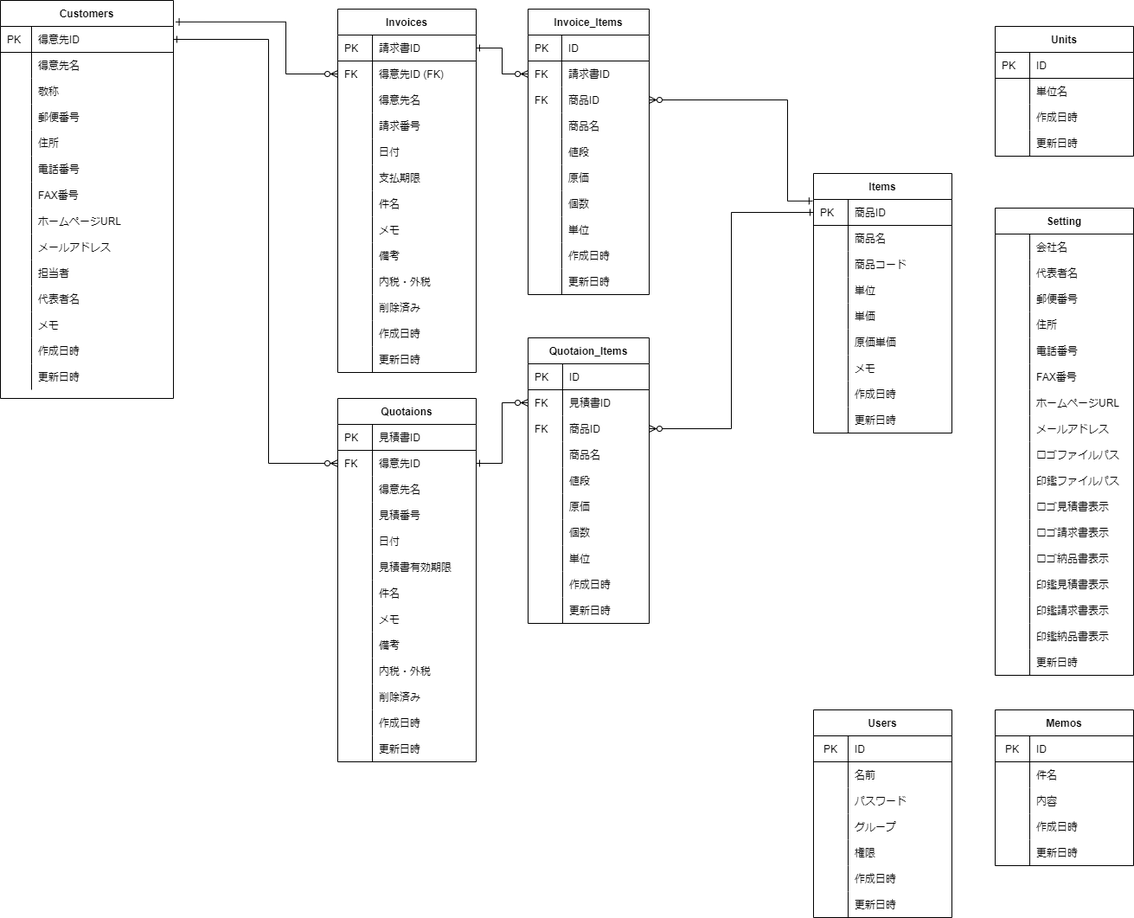
Before: soho_er.png, a diagram exported from draw.io (gamasenninn/caddie-clone). Source tidied: cells renumbered, new cells last; positions are measured from the earlier drawing's top-left corner, leaving out a move shared by most shapes.
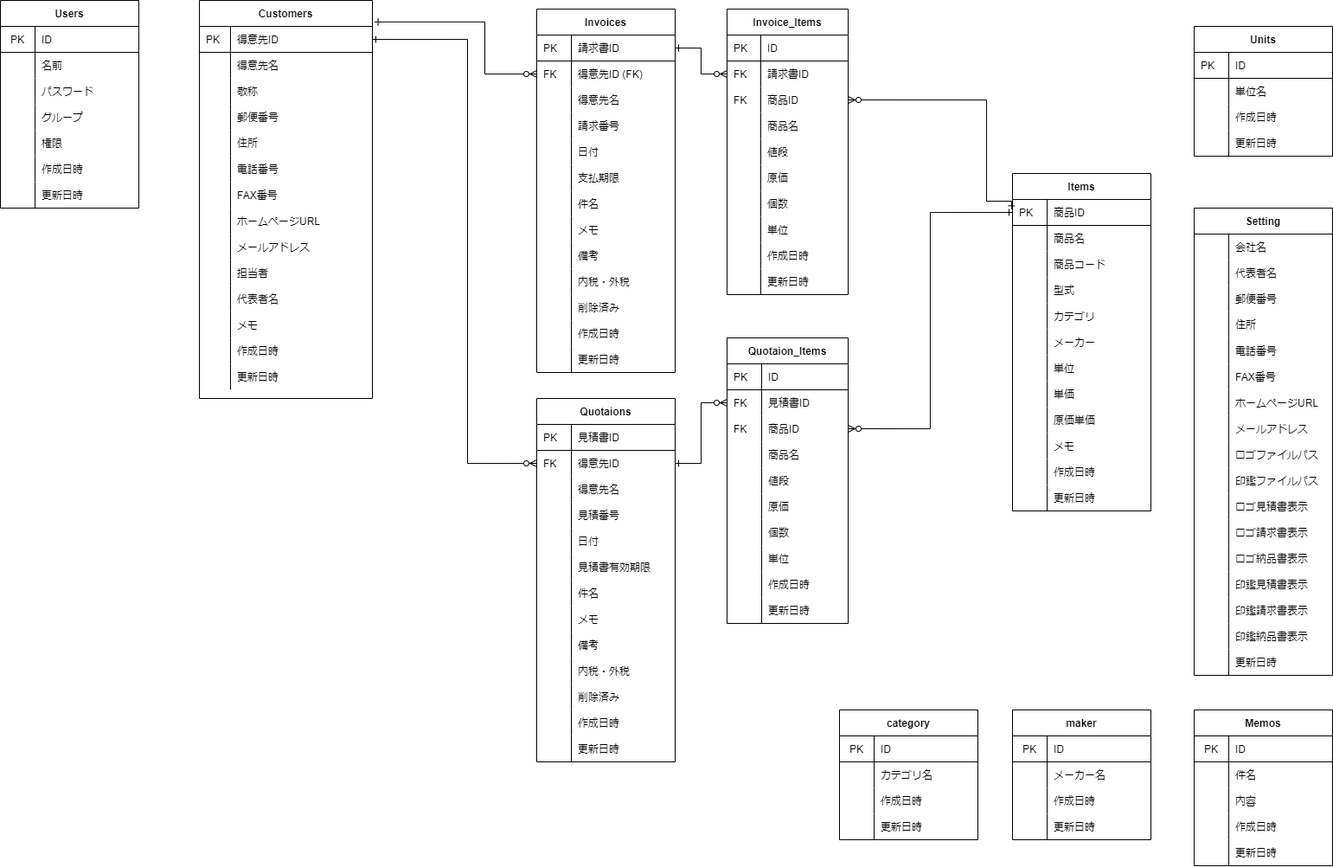
The same file after the commit.

Commit message:
商品テーブルにカラム追加。カテゴリ・メーカーテーブルの作成。

Change to the diagram source:
```diff
@@ -132,7 +132,7 @@
       <mxGeometry x="36" width="164" height="30" as="geometry" />
     </mxCell>
     <mxCell id="45" value="Items" style="shape=table;startSize=30;rowLines=0;fontStyle=1;align=center;" parent="1" vertex="1">
-      <mxGeometry x="940" y="200" width="160" height="300" as="geometry" />
+      <mxGeometry x="940" y="200" width="160" height="390" as="geometry" />
     </mxCell>
     <mxCell id="46" style="shape=partialRectangle;html=1;whiteSpace=wrap;fillColor=none;top=0;left=0;bottom=1;right=0;points=[[0,0.5],[1,0.5]];portConstraint=eastwest;" parent="45" vertex="1">
       <mxGeometry y="30" width="160" height="30" as="geometry" />
@@ -161,8 +161,35 @@
     <mxCell id="54" value="商品コード" style="shape=partialRectangle;html=1;whiteSpace=wrap;fillColor=none;top=0;left=0;bottom=0;right=0;align=left;spacingLeft=6;overflow=hidden;" parent="52" vertex="1">
       <mxGeometry x="40" width="120" height="30" as="geometry" />
     </mxCell>
+    <mxCell id="324" style="shape=partialRectangle;html=1;whiteSpace=wrap;fillColor=none;top=0;left=0;bottom=0;right=0;" parent="45" vertex="1">
+      <mxGeometry y="120" width="160" height="30" as="geometry" />
+    </mxCell>
+    <mxCell id="325" style="shape=partialRectangle;html=1;whiteSpace=wrap;fillColor=none;top=0;left=0;bottom=0;right=0;align=left;spacingLeft=6;overflow=hidden;" parent="324" vertex="1">
+      <mxGeometry width="40" height="30" as="geometry" />
+    </mxCell>
+    <mxCell id="326" value="型式" style="shape=partialRectangle;html=1;whiteSpace=wrap;fillColor=none;top=0;left=0;bottom=0;right=0;align=left;spacingLeft=6;overflow=hidden;" parent="324" vertex="1">
+      <mxGeometry x="40" width="120" height="30" as="geometry" />
+    </mxCell>
+    <mxCell id="327" style="shape=partialRectangle;html=1;whiteSpace=wrap;fillColor=none;top=0;left=0;bottom=0;right=0;" parent="45" vertex="1">
+      <mxGeometry y="150" width="160" height="30" as="geometry" />
+    </mxCell>
+    <mxCell id="328" style="shape=partialRectangle;html=1;whiteSpace=wrap;fillColor=none;top=0;left=0;bottom=0;right=0;align=left;spacingLeft=6;overflow=hidden;" parent="327" vertex="1">
+      <mxGeometry width="40" height="30" as="geometry" />
+    </mxCell>
+    <mxCell id="329" value="カテゴリ" style="shape=partialRectangle;html=1;whiteSpace=wrap;fillColor=none;top=0;left=0;bottom=0;right=0;align=left;spacingLeft=6;overflow=hidden;" parent="327" vertex="1">
+      <mxGeometry x="40" width="120" height="30" as="geometry" />
+    </mxCell>
+    <mxCell id="330" style="shape=partialRectangle;html=1;whiteSpace=wrap;fillColor=none;top=0;left=0;bottom=0;right=0;" parent="45" vertex="1">
+      <mxGeometry y="180" width="160" height="30" as="geometry" />
+    </mxCell>
+    <mxCell id="331" style="shape=partialRectangle;html=1;whiteSpace=wrap;fillColor=none;top=0;left=0;bottom=0;right=0;align=left;spacingLeft=6;overflow=hidden;" parent="330" vertex="1">
+      <mxGeometry width="40" height="30" as="geometry" />
+    </mxCell>
+    <mxCell id="332" value="メーカー" style="shape=partialRectangle;html=1;whiteSpace=wrap;fillColor=none;top=0;left=0;bottom=0;right=0;align=left;spacingLeft=6;overflow=hidden;" parent="330" vertex="1">
+      <mxGeometry x="40" width="120" height="30" as="geometry" />
+    </mxCell>
     <mxCell id="55" style="shape=partialRectangle;html=1;whiteSpace=wrap;fillColor=none;top=0;left=0;bottom=0;right=0;" parent="45" vertex="1">
-      <mxGeometry y="120" width="160" height="30" as="geometry" />
+      <mxGeometry y="210" width="160" height="30" as="geometry" />
     </mxCell>
     <mxCell id="56" style="shape=partialRectangle;html=1;whiteSpace=wrap;fillColor=none;top=0;left=0;bottom=0;right=0;align=left;spacingLeft=6;overflow=hidden;" parent="55" vertex="1">
       <mxGeometry width="40" height="30" as="geometry" />
@@ -171,7 +198,7 @@
       <mxGeometry x="40" width="120" height="30" as="geometry" />
     </mxCell>
     <mxCell id="58" style="shape=partialRectangle;html=1;whiteSpace=wrap;fillColor=none;top=0;left=0;bottom=0;right=0;" parent="45" vertex="1">
-      <mxGeometry y="150" width="160" height="30" as="geometry" />
+      <mxGeometry y="240" width="160" height="30" as="geometry" />
     </mxCell>
     <mxCell id="59" style="shape=partialRectangle;html=1;whiteSpace=wrap;fillColor=none;top=0;left=0;bottom=0;right=0;align=left;spacingLeft=6;overflow=hidden;" parent="58" vertex="1">
       <mxGeometry width="40" height="30" as="geometry" />
@@ -180,7 +207,7 @@
       <mxGeometry x="40" width="120" height="30" as="geometry" />
     </mxCell>
     <mxCell id="61" style="shape=partialRectangle;html=1;whiteSpace=wrap;fillColor=none;top=0;left=0;bottom=0;right=0;" parent="45" vertex="1">
-      <mxGeometry y="180" width="160" height="30" as="geometry" />
+      <mxGeometry y="270" width="160" height="30" as="geometry" />
     </mxCell>
     <mxCell id="62" style="shape=partialRectangle;html=1;whiteSpace=wrap;fillColor=none;top=0;left=0;bottom=0;right=0;align=left;spacingLeft=6;overflow=hidden;" parent="61" vertex="1">
       <mxGeometry width="40" height="30" as="geometry" />
@@ -189,7 +216,7 @@
       <mxGeometry x="40" width="120" height="30" as="geometry" />
     </mxCell>
     <mxCell id="64" style="shape=partialRectangle;html=1;whiteSpace=wrap;fillColor=none;top=0;left=0;bottom=0;right=0;" parent="45" vertex="1">
-      <mxGeometry y="210" width="160" height="30" as="geometry" />
+      <mxGeometry y="300" width="160" height="30" as="geometry" />
     </mxCell>
     <mxCell id="65" style="shape=partialRectangle;html=1;whiteSpace=wrap;fillColor=none;top=0;left=0;bottom=0;right=0;align=left;spacingLeft=6;overflow=hidden;" parent="64" vertex="1">
       <mxGeometry width="40" height="30" as="geometry" />
@@ -198,7 +225,7 @@
       <mxGeometry x="40" width="120" height="30" as="geometry" />
     </mxCell>
     <mxCell id="67" style="shape=partialRectangle;html=1;whiteSpace=wrap;fillColor=none;top=0;left=0;bottom=0;right=0;" parent="45" vertex="1">
-      <mxGeometry y="240" width="160" height="30" as="geometry" />
+      <mxGeometry y="330" width="160" height="30" as="geometry" />
     </mxCell>
     <mxCell id="68" style="shape=partialRectangle;html=1;whiteSpace=wrap;fillColor=none;top=0;left=0;bottom=0;right=0;align=left;spacingLeft=6;overflow=hidden;" parent="67" vertex="1">
       <mxGeometry width="40" height="30" as="geometry" />
@@ -207,7 +234,7 @@
       <mxGeometry x="40" width="120" height="30" as="geometry" />
     </mxCell>
     <mxCell id="70" style="shape=partialRectangle;html=1;whiteSpace=wrap;fillColor=none;top=0;left=0;bottom=0;right=0;" parent="45" vertex="1">
-      <mxGeometry y="270" width="160" height="30" as="geometry" />
+      <mxGeometry y="360" width="160" height="30" as="geometry" />
     </mxCell>
     <mxCell id="71" style="shape=partialRectangle;html=1;whiteSpace=wrap;fillColor=none;top=0;left=0;bottom=0;right=0;align=left;spacingLeft=6;overflow=hidden;" parent="70" vertex="1">
       <mxGeometry width="40" height="30" as="geometry" />
@@ -918,7 +945,7 @@
       <mxGeometry x="40" width="120" height="30" as="geometry" />
     </mxCell>
     <mxCell id="302" value="Users" style="shape=table;startSize=30;rowLines=0;fontStyle=1;align=center;" parent="1" vertex="1">
-      <mxGeometry x="940" y="820" width="160" height="240" as="geometry" />
+      <mxGeometry x="-230" width="160" height="240" as="geometry" />
     </mxCell>
     <mxCell id="303" style="shape=partialRectangle;html=1;whiteSpace=wrap;fillColor=none;top=0;left=0;bottom=1;right=0;" parent="302" vertex="1">
       <mxGeometry y="30" width="160" height="30" as="geometry" />
@@ -983,5 +1010,83 @@
     <mxCell id="323" value="更新日時" style="shape=partialRectangle;html=1;whiteSpace=wrap;fillColor=none;top=0;left=0;bottom=0;right=0;align=left;spacingLeft=6;overflow=hidden;" parent="321" vertex="1">
       <mxGeometry x="40" width="120" height="30" as="geometry" />
     </mxCell>
+    <mxCell id="333" value="maker" style="shape=table;startSize=30;rowLines=0;fontStyle=1;align=center;" parent="1" vertex="1">
+      <mxGeometry x="940" y="820" width="160" height="150" as="geometry" />
+    </mxCell>
+    <mxCell id="334" style="shape=partialRectangle;html=1;whiteSpace=wrap;fillColor=none;top=0;left=0;bottom=1;right=0;" parent="333" vertex="1">
+      <mxGeometry y="30" width="160" height="30" as="geometry" />
+    </mxCell>
+    <mxCell id="335" value="PK" style="shape=partialRectangle;html=1;whiteSpace=wrap;fillColor=none;top=0;left=0;bottom=0;right=0;overflow=hidden;" parent="334" vertex="1">
+      <mxGeometry width="40" height="30" as="geometry" />
+    </mxCell>
+    <mxCell id="336" value="ID" style="shape=partialRectangle;html=1;whiteSpace=wrap;fillColor=none;top=0;left=0;bottom=0;right=0;align=left;spacingLeft=6;overflow=hidden;" parent="334" vertex="1">
+      <mxGeometry x="40" width="120" height="30" as="geometry" />
+    </mxCell>
+    <mxCell id="337" style="shape=partialRectangle;html=1;whiteSpace=wrap;fillColor=none;top=0;left=0;bottom=0;right=0;" parent="333" vertex="1">
+      <mxGeometry y="60" width="160" height="30" as="geometry" />
+    </mxCell>
+    <mxCell id="338" style="shape=partialRectangle;html=1;whiteSpace=wrap;fillColor=none;top=0;left=0;bottom=0;right=0;overflow=hidden;" parent="337" vertex="1">
+      <mxGeometry width="40" height="30" as="geometry" />
+    </mxCell>
+    <mxCell id="339" value="メーカー名" style="shape=partialRectangle;html=1;whiteSpace=wrap;fillColor=none;top=0;left=0;bottom=0;right=0;align=left;spacingLeft=6;overflow=hidden;" parent="337" vertex="1">
+      <mxGeometry x="40" width="120" height="30" as="geometry" />
+    </mxCell>
+    <mxCell id="340" style="shape=partialRectangle;html=1;whiteSpace=wrap;fillColor=none;top=0;left=0;bottom=0;right=0;" parent="333" vertex="1">
+      <mxGeometry y="90" width="160" height="30" as="geometry" />
+    </mxCell>
+    <mxCell id="341" style="shape=partialRectangle;html=1;whiteSpace=wrap;fillColor=none;top=0;left=0;bottom=0;right=0;overflow=hidden;" parent="340" vertex="1">
+      <mxGeometry width="40" height="30" as="geometry" />
+    </mxCell>
+    <mxCell id="342" value="作成日時" style="shape=partialRectangle;html=1;whiteSpace=wrap;fillColor=none;top=0;left=0;bottom=0;right=0;align=left;spacingLeft=6;overflow=hidden;" parent="340" vertex="1">
+      <mxGeometry x="40" width="120" height="30" as="geometry" />
+    </mxCell>
+    <mxCell id="343" style="shape=partialRectangle;html=1;whiteSpace=wrap;fillColor=none;top=0;left=0;bottom=0;right=0;" parent="333" vertex="1">
+      <mxGeometry y="120" width="160" height="30" as="geometry" />
+    </mxCell>
+    <mxCell id="344" style="shape=partialRectangle;html=1;whiteSpace=wrap;fillColor=none;top=0;left=0;bottom=0;right=0;overflow=hidden;" parent="343" vertex="1">
+      <mxGeometry width="40" height="30" as="geometry" />
+    </mxCell>
+    <mxCell id="345" value="更新日時" style="shape=partialRectangle;html=1;whiteSpace=wrap;fillColor=none;top=0;left=0;bottom=0;right=0;align=left;spacingLeft=6;overflow=hidden;" parent="343" vertex="1">
+      <mxGeometry x="40" width="120" height="30" as="geometry" />
+    </mxCell>
+    <mxCell id="346" value="category" style="shape=table;startSize=30;rowLines=0;fontStyle=1;align=center;" parent="1" vertex="1">
+      <mxGeometry x="740" y="820" width="160" height="150" as="geometry" />
+    </mxCell>
+    <mxCell id="347" style="shape=partialRectangle;html=1;whiteSpace=wrap;fillColor=none;top=0;left=0;bottom=1;right=0;" parent="346" vertex="1">
+      <mxGeometry y="30" width="160" height="30" as="geometry" />
+    </mxCell>
+    <mxCell id="348" value="PK" style="shape=partialRectangle;html=1;whiteSpace=wrap;fillColor=none;top=0;left=0;bottom=0;right=0;overflow=hidden;" parent="347" vertex="1">
+      <mxGeometry width="40" height="30" as="geometry" />
+    </mxCell>
+    <mxCell id="349" value="ID" style="shape=partialRectangle;html=1;whiteSpace=wrap;fillColor=none;top=0;left=0;bottom=0;right=0;align=left;spacingLeft=6;overflow=hidden;" parent="347" vertex="1">
+      <mxGeometry x="40" width="120" height="30" as="geometry" />
+    </mxCell>
+    <mxCell id="350" style="shape=partialRectangle;html=1;whiteSpace=wrap;fillColor=none;top=0;left=0;bottom=0;right=0;" parent="346" vertex="1">
+      <mxGeometry y="60" width="160" height="30" as="geometry" />
+    </mxCell>
+    <mxCell id="351" style="shape=partialRectangle;html=1;whiteSpace=wrap;fillColor=none;top=0;left=0;bottom=0;right=0;overflow=hidden;" parent="350" vertex="1">
+      <mxGeometry width="40" height="30" as="geometry" />
+    </mxCell>
+    <mxCell id="352" value="カテゴリ名" style="shape=partialRectangle;html=1;whiteSpace=wrap;fillColor=none;top=0;left=0;bottom=0;right=0;align=left;spacingLeft=6;overflow=hidden;" parent="350" vertex="1">
+      <mxGeometry x="40" width="120" height="30" as="geometry" />
+    </mxCell>
+    <mxCell id="353" style="shape=partialRectangle;html=1;whiteSpace=wrap;fillColor=none;top=0;left=0;bottom=0;right=0;" parent="346" vertex="1">
+      <mxGeometry y="90" width="160" height="30" as="geometry" />
+    </mxCell>
+    <mxCell id="354" style="shape=partialRectangle;html=1;whiteSpace=wrap;fillColor=none;top=0;left=0;bottom=0;right=0;overflow=hidden;" parent="353" vertex="1">
+      <mxGeometry width="40" height="30" as="geometry" />
+    </mxCell>
+    <mxCell id="355" value="作成日時" style="shape=partialRectangle;html=1;whiteSpace=wrap;fillColor=none;top=0;left=0;bottom=0;right=0;align=left;spacingLeft=6;overflow=hidden;" parent="353" vertex="1">
+      <mxGeometry x="40" width="120" height="30" as="geometry" />
+    </mxCell>
+    <mxCell id="356" style="shape=partialRectangle;html=1;whiteSpace=wrap;fillColor=none;top=0;left=0;bottom=0;right=0;" parent="346" vertex="1">
+      <mxGeometry y="120" width="160" height="30" as="geometry" />
+    </mxCell>
+    <mxCell id="357" style="shape=partialRectangle;html=1;whiteSpace=wrap;fillColor=none;top=0;left=0;bottom=0;right=0;overflow=hidden;" parent="356" vertex="1">
+      <mxGeometry width="40" height="30" as="geometry" />
+    </mxCell>
+    <mxCell id="358" value="更新日時" style="shape=partialRectangle;html=1;whiteSpace=wrap;fillColor=none;top=0;left=0;bottom=0;right=0;align=left;spacingLeft=6;overflow=hidden;" parent="356" vertex="1">
+      <mxGeometry x="40" width="120" height="30" as="geometry" />
+    </mxCell>
   </root>
 </mxGraphModel>
```
